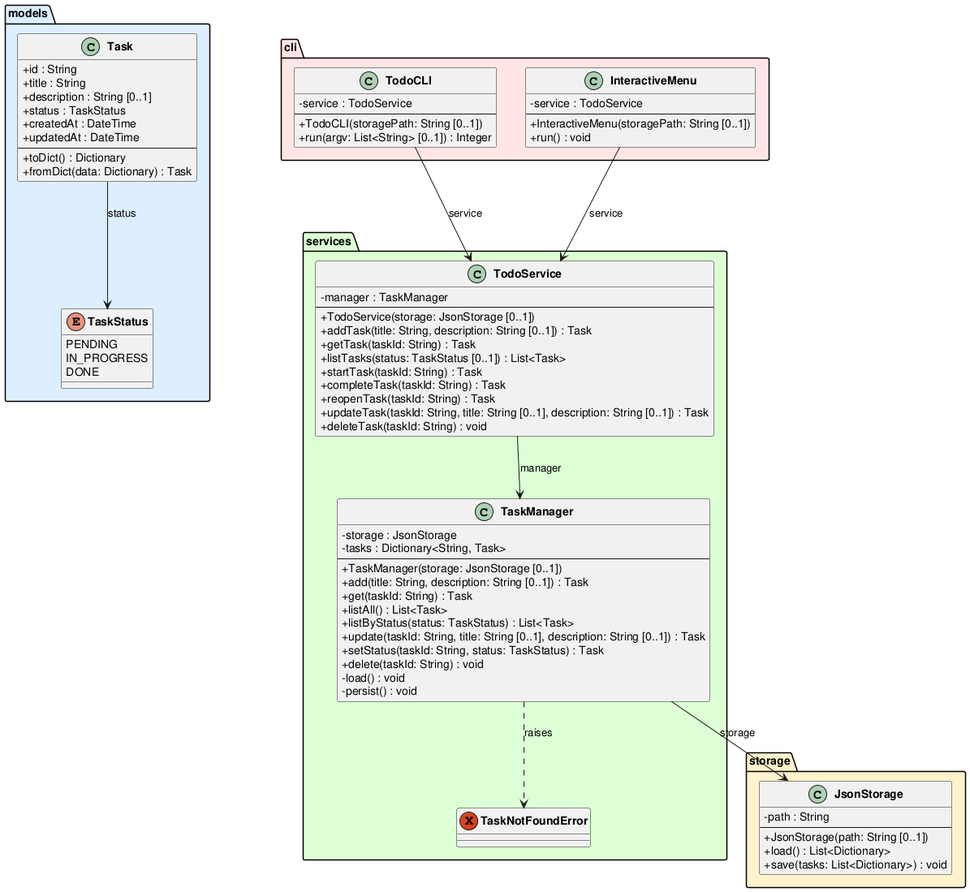
Earlier version of the PlantUML export experiments/supervisor_as_tools/user_stories/TODO/artifacts/class_diagram.png (DanielRiha8906/Software_autoevolution_using_agents).
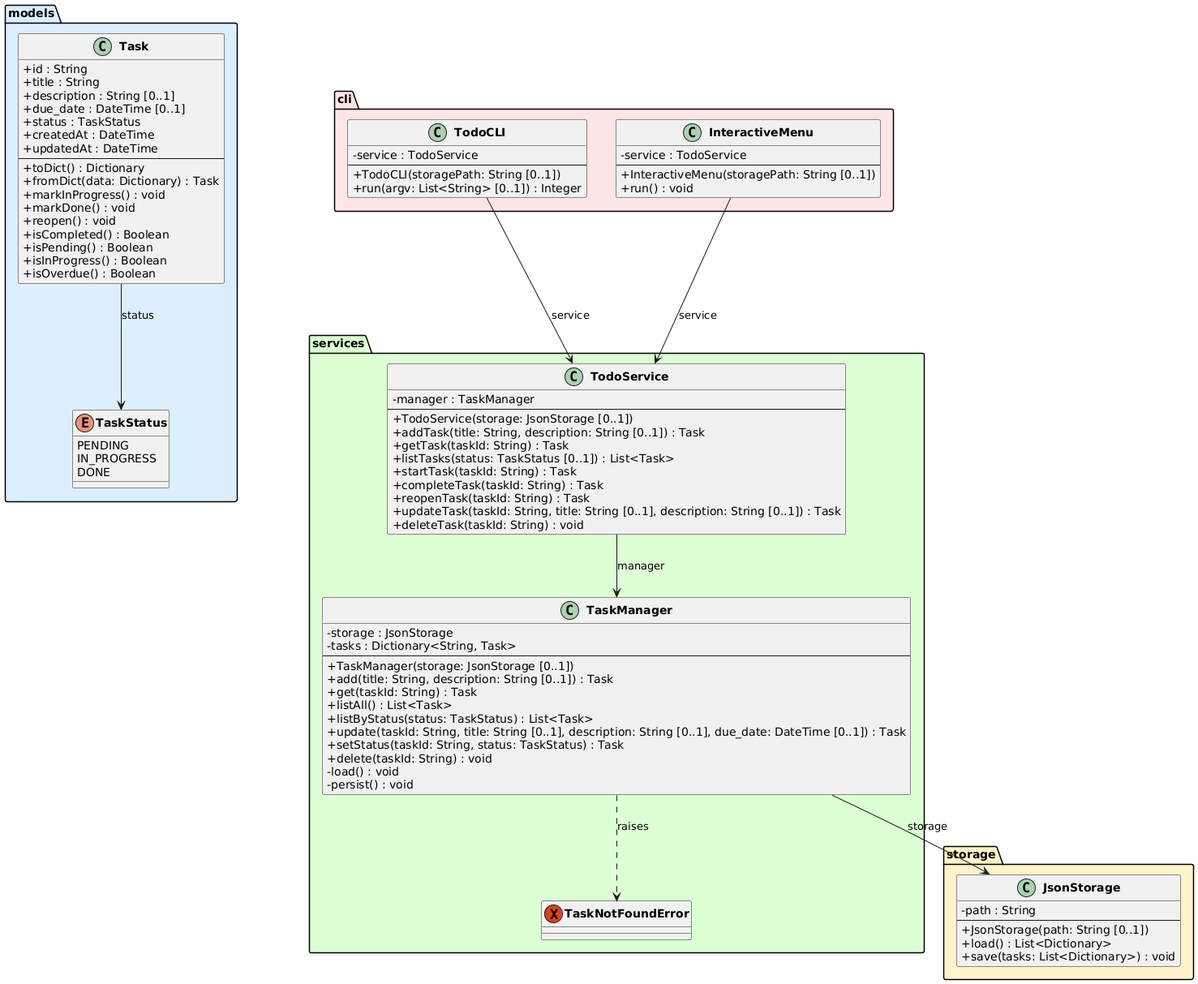
Later version of the same file.

Commit message:
task 02 | supervisor_as_tools / user_stories / TODO

Change to the diagram source:
```diff
@@ -14,12 +14,20 @@
         +id : String
         +title : String
         +description : String [0..1]
+        +due_date : DateTime [0..1]
         +status : TaskStatus
         +createdAt : DateTime
         +updatedAt : DateTime
         --
         +toDict() : Dictionary
         +fromDict(data: Dictionary) : Task
+        +markInProgress() : void
+        +markDone() : void
+        +reopen() : void
+        +isCompleted() : Boolean
+        +isPending() : Boolean
+        +isInProgress() : Boolean
+        +isOverdue() : Boolean
     }
 }
 
@@ -45,7 +53,7 @@
         +get(taskId: String) : Task
         +listAll() : List<Task>
         +listByStatus(status: TaskStatus) : List<Task>
-        +update(taskId: String, title: String [0..1], description: String [0..1]) : Task
+        +update(taskId: String, title: String [0..1], description: String [0..1], due_date: DateTime [0..1]) : Task
         +setStatus(taskId: String, status: TaskStatus) : Task
         +delete(taskId: String) : void
         -load() : void
```
